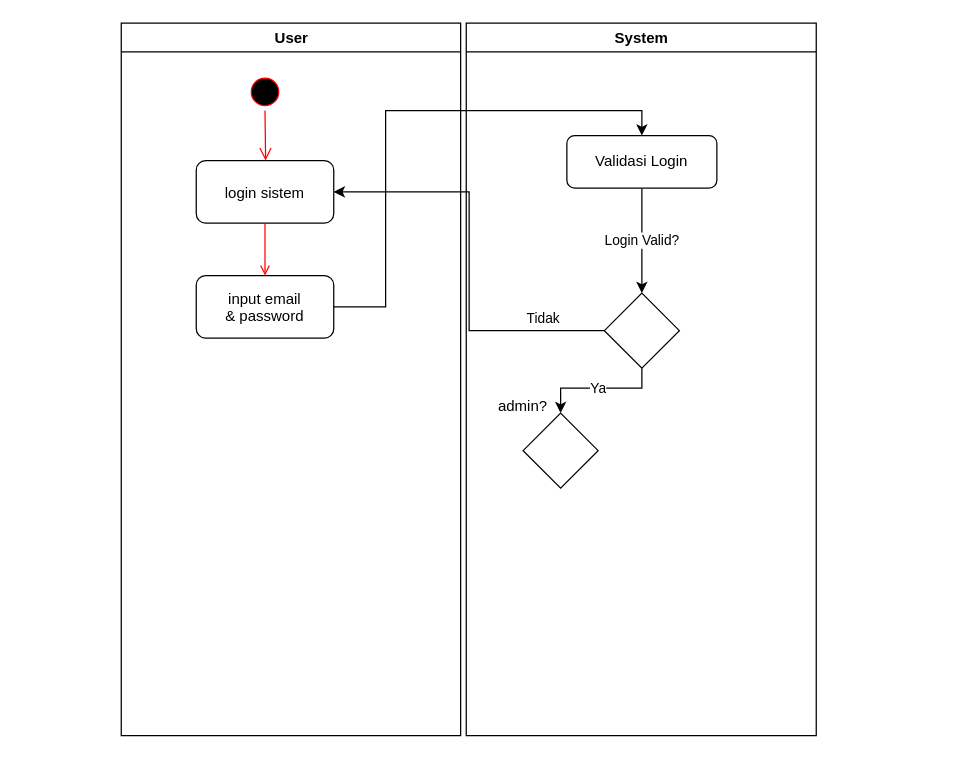
Before: Activity Diagram.drawio in wahyupambudi/skripsi-skom, a draw.io diagram. Source tidied: cells renumbered, new cells numbered last; positions are measured from the earlier drawing's top-left corner, leaving out a move shared by most shapes. Both pictures are drawn from the tidied source at 125%, with x=0, y=0 at pixel (120, 22).
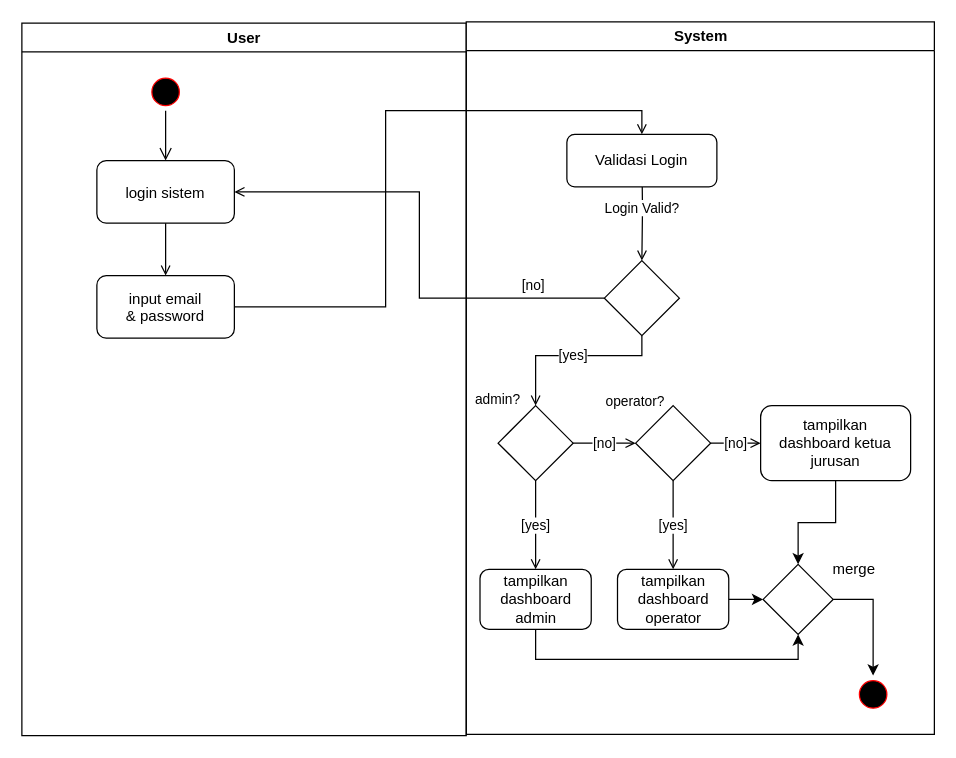
The same page after the edit.

The change refers to these unchanged cells:
```xml
<mxCell id="3" style="ellipse;shape=startState;fillColor=#000000;strokeColor=#ff0000;" parent="2" vertex="1">
  <mxGeometry x="100" y="40" width="30" height="30" as="geometry" />
</mxCell>
<mxCell id="5" value="login sistem" style="rounded=1;" parent="2" vertex="1">
  <mxGeometry x="60" y="110" width="110" height="50" as="geometry" />
</mxCell>
<mxCell id="6" value="input email &#10;&amp; password" style="rounded=1;" parent="2" vertex="1">
  <mxGeometry x="60" y="202" width="110" height="50" as="geometry" />
</mxCell>
<mxCell id="12" value="Validasi Login" style="whiteSpace=wrap;html=1;fillColor=rgb(255, 255, 255);strokeColor=rgb(0, 0, 0);fontColor=rgb(0, 0, 0);rounded=1;" parent="8" vertex="1">
  <mxGeometry x="80.5" y="90" width="120" height="42" as="geometry" />
</mxCell>
```

What changed in the source:
```diff
@@
     <mxCell id="2" value="User" style="swimlane;whiteSpace=wrap;" parent="1" vertex="1">
-      <mxGeometry x="0.5" width="271.5" height="570" as="geometry" />
+      <mxGeometry x="-79" width="355.5" height="570" as="geometry" />
     </mxCell>
@@
-    <mxCell id="4" style="edgeStyle=elbowEdgeStyle;elbow=horizontal;verticalAlign=bottom;endArrow=open;endSize=8;strokeColor=#FF0000;endFill=1;rounded=0;exitX=0.5;exitY=1;exitDx=0;exitDy=0;" parent="2" edge="1" source="3" target="5">
+    <mxCell id="4" style="edgeStyle=elbowEdgeStyle;elbow=horizontal;verticalAlign=bottom;endArrow=open;endSize=8;strokeColor=#000000;endFill=1;rounded=0;exitX=0.5;exitY=1;exitDx=0;exitDy=0;" parent="2" edge="1" source="3" target="5">
       <mxGeometry x="100" y="40" as="geometry" />
     </mxCell>
@@
-    <mxCell id="7" style="endArrow=open;strokeColor=#FF0000;endFill=1;rounded=0;" parent="2" edge="1" source="5" target="6">
+    <mxCell id="7" style="endArrow=open;strokeColor=#000000;endFill=1;rounded=0;" parent="2" edge="1" source="5" target="6">
       <mxGeometry relative="1" as="geometry" />
     </mxCell>
     <mxCell id="8" value="System" style="swimlane;whiteSpace=wrap;" parent="1" vertex="1">
-      <mxGeometry x="276.5" width="280" height="570" as="geometry" />
+      <mxGeometry x="276.5" y="-1" width="374.5" height="570" as="geometry" />
     </mxCell>
-    <mxCell id="9" value="Ya" style="edgeStyle=orthogonalEdgeStyle;rounded=0;jettySize=auto;html=1;entryX=0.5;entryY=0;entryDx=0;entryDy=0;" parent="8" edge="1" source="10" target="13">
+    <mxCell id="9" value="[yes]" style="edgeStyle=orthogonalEdgeStyle;rounded=0;jettySize=auto;html=1;entryX=0.5;entryY=0;entryDx=0;entryDy=0;endArrow=open;endFill=0;" parent="8" edge="1" source="10" target="13">
       <mxGeometry relative="1" as="geometry">
         <Array as="points">
-          <mxPoint x="141" y="292" />
-          <mxPoint x="76" y="292" />
+          <mxPoint x="141" y="267" />
+          <mxPoint x="56" y="267" />
         </Array>
       </mxGeometry>
     </mxCell>
     <mxCell id="10" style="rhombus;whiteSpace=wrap;html=1;fillColor=rgb(255, 255, 255);strokeColor=rgb(0, 0, 0);fontColor=rgb(0, 0, 0);rounded=0;" parent="8" vertex="1">
-      <mxGeometry x="110.5" y="216" width="60" height="60" as="geometry" />
+      <mxGeometry x="110.5" y="191" width="60" height="60" as="geometry" />
     </mxCell>
-    <mxCell id="11" value="Login Valid?" style="edgeStyle=orthogonalEdgeStyle;rounded=0;jettySize=auto;html=1;" parent="8" edge="1" source="12" target="10">
-      <mxGeometry relative="1" as="geometry" />
+    <mxCell id="11" value="&lt;font style=&quot;font-size: 11px;&quot;&gt;Login Valid?&lt;/font&gt;" style="edgeStyle=orthogonalEdgeStyle;rounded=0;jettySize=auto;html=1;endArrow=open;endFill=0;" parent="8" edge="1" target="10">
+      <mxGeometry relative="1" as="geometry">
+        <mxPoint x="140.5" y="107" as="sourcePoint" />
+      </mxGeometry>
     </mxCell>
@@
+    <mxCell id="17" value="[no]" style="edgeStyle=orthogonalEdgeStyle;rounded=0;jettySize=auto;html=1;endArrow=open;endFill=0;" parent="8" edge="1" source="13" target="21">
+      <mxGeometry relative="1" as="geometry" />
+    </mxCell>
+    <mxCell id="18" value="[yes]" style="edgeStyle=orthogonalEdgeStyle;rounded=0;jettySize=auto;html=1;endArrow=open;endFill=0;" parent="8" edge="1" source="13" target="24">
+      <mxGeometry relative="1" as="geometry" />
+    </mxCell>
     <mxCell id="13" style="rhombus;whiteSpace=wrap;html=1;fillColor=rgb(255, 255, 255);strokeColor=rgb(0, 0, 0);fontColor=rgb(0, 0, 0);rounded=0;" parent="8" vertex="1">
-      <mxGeometry x="45.5" y="312" width="60" height="60" as="geometry" />
+      <mxGeometry x="25.5" y="307" width="60" height="60" as="geometry" />
     </mxCell>
-    <mxCell id="14" value="admin?" style="text;html=1;strokeColor=none;fillColor=none;align=center;verticalAlign=middle;whiteSpace=wrap;rounded=0;" parent="8" vertex="1">
-      <mxGeometry x="15.5" y="292" width="60" height="30" as="geometry" />
+    <mxCell id="14" value="&lt;font style=&quot;font-size: 11px;&quot;&gt;admin?&lt;/font&gt;" style="text;html=1;strokeColor=none;fillColor=none;align=center;verticalAlign=middle;whiteSpace=wrap;rounded=0;" parent="8" vertex="1">
+      <mxGeometry x="-4.5" y="287" width="60" height="30" as="geometry" />
     </mxCell>
+    <mxCell id="19" value="[yes]" style="edgeStyle=orthogonalEdgeStyle;rounded=0;jettySize=auto;html=1;entryX=0.5;entryY=0;entryDx=0;entryDy=0;endArrow=open;endFill=0;" parent="8" edge="1" source="21" target="26">
+      <mxGeometry relative="1" as="geometry" />
+    </mxCell>
+    <mxCell id="20" value="[no]" style="edgeStyle=orthogonalEdgeStyle;rounded=0;jettySize=auto;html=1;endArrow=open;endFill=0;" parent="8" edge="1" source="21" target="28">
+      <mxGeometry relative="1" as="geometry" />
+    </mxCell>
+    <mxCell id="21" style="rhombus;whiteSpace=wrap;html=1;fillColor=rgb(255, 255, 255);strokeColor=rgb(0, 0, 0);fontColor=rgb(0, 0, 0);rounded=0;" parent="8" vertex="1">
+      <mxGeometry x="135.5" y="307" width="60" height="60" as="geometry" />
+    </mxCell>
+    <mxCell id="22" value="&lt;font style=&quot;font-size: 11px;&quot;&gt;operator?&lt;/font&gt;" style="text;html=1;strokeColor=none;fillColor=none;align=center;verticalAlign=middle;whiteSpace=wrap;rounded=0;" parent="8" vertex="1">
+      <mxGeometry x="105.5" y="289" width="60" height="30" as="geometry" />
+    </mxCell>
+    <mxCell id="23" style="edgeStyle=orthogonalEdgeStyle;rounded=0;jettySize=auto;html=1;entryX=0.5;entryY=1;entryDx=0;entryDy=0;" parent="8" edge="1" source="24" target="31">
+      <mxGeometry relative="1" as="geometry">
+        <Array as="points">
+          <mxPoint x="56" y="510" />
+          <mxPoint x="266" y="510" />
+        </Array>
+      </mxGeometry>
+    </mxCell>
+    <mxCell id="24" value="tampilkan dashboard admin" style="whiteSpace=wrap;html=1;fillColor=rgb(255, 255, 255);strokeColor=rgb(0, 0, 0);fontColor=rgb(0, 0, 0);rounded=1;" parent="8" vertex="1">
+      <mxGeometry x="11" y="438" width="89" height="48" as="geometry" />
+    </mxCell>
+    <mxCell id="25" style="edgeStyle=orthogonalEdgeStyle;rounded=0;jettySize=auto;html=1;" parent="8" edge="1" source="26" target="31">
+      <mxGeometry relative="1" as="geometry" />
+    </mxCell>
+    <mxCell id="26" value="tampilkan dashboard operator" style="whiteSpace=wrap;html=1;fillColor=rgb(255, 255, 255);strokeColor=rgb(0, 0, 0);fontColor=rgb(0, 0, 0);rounded=1;" parent="8" vertex="1">
+      <mxGeometry x="121" y="438" width="89" height="48" as="geometry" />
+    </mxCell>
+    <mxCell id="27" style="edgeStyle=orthogonalEdgeStyle;rounded=0;jettySize=auto;html=1;exitX=0.5;exitY=1;exitDx=0;exitDy=0;" parent="8" edge="1" source="28" target="31">
+      <mxGeometry relative="1" as="geometry" />
+    </mxCell>
+    <mxCell id="28" value="&lt;div&gt;tampilkan &lt;br&gt;&lt;/div&gt;&lt;div&gt;dashboard ketua jurusan&lt;/div&gt;" style="whiteSpace=wrap;html=1;fillColor=rgb(255, 255, 255);strokeColor=rgb(0, 0, 0);fontColor=rgb(0, 0, 0);rounded=1;" parent="8" vertex="1">
+      <mxGeometry x="235.5" y="307" width="120" height="60" as="geometry" />
+    </mxCell>
+    <mxCell id="29" style="ellipse;shape=startState;fillColor=#000000;strokeColor=#ff0000;" parent="8" vertex="1">
+      <mxGeometry x="310.5" y="523" width="30" height="30" as="geometry" />
+    </mxCell>
+    <mxCell id="30" style="edgeStyle=orthogonalEdgeStyle;rounded=0;jettySize=auto;html=1;" parent="8" edge="1" source="31" target="29">
+      <mxGeometry relative="1" as="geometry" />
+    </mxCell>
+    <mxCell id="31" style="rhombus;whiteSpace=wrap;html=1;fillColor=rgb(255, 255, 255);strokeColor=rgb(0, 0, 0);fontColor=rgb(0, 0, 0);rounded=0;" parent="8" vertex="1">
+      <mxGeometry x="237.5" y="434" width="56" height="56" as="geometry" />
+    </mxCell>
+    <mxCell id="32" value="merge" style="text;html=1;strokeColor=none;fillColor=none;align=center;verticalAlign=middle;whiteSpace=wrap;rounded=0;" parent="8" vertex="1">
+      <mxGeometry x="280.5" y="423" width="60" height="30" as="geometry" />
+    </mxCell>
-    <mxCell id="15" value="Tidak" style="edgeStyle=orthogonalEdgeStyle;rounded=0;jettySize=auto;html=1;entryX=1;entryY=0.5;entryDx=0;entryDy=0;" parent="1" edge="1" source="10" target="5">
+    <mxCell id="15" value="[no]" style="edgeStyle=orthogonalEdgeStyle;rounded=0;jettySize=auto;html=1;entryX=1;entryY=0.5;entryDx=0;entryDy=0;endArrow=open;endFill=0;" parent="1" edge="1" source="10" target="5">
       <mxGeometry x="-0.7" y="-10" relative="1" as="geometry" />
     </mxCell>
-    <mxCell id="16" style="edgeStyle=orthogonalEdgeStyle;rounded=0;jettySize=auto;html=1;entryX=0.5;entryY=0;entryDx=0;entryDy=0;" parent="1" edge="1" source="6" target="12">
+    <mxCell id="16" style="edgeStyle=orthogonalEdgeStyle;rounded=0;jettySize=auto;html=1;entryX=0.5;entryY=0;entryDx=0;entryDy=0;endArrow=open;endFill=0;" parent="1" edge="1" source="6" target="12">
       <mxGeometry relative="1" as="geometry">
         <Array as="points">
           <mxPoint x="212" y="227" />
           <mxPoint x="212" y="70" />
           <mxPoint x="417" y="70" />
         </Array>
       </mxGeometry>
     </mxCell>
```
